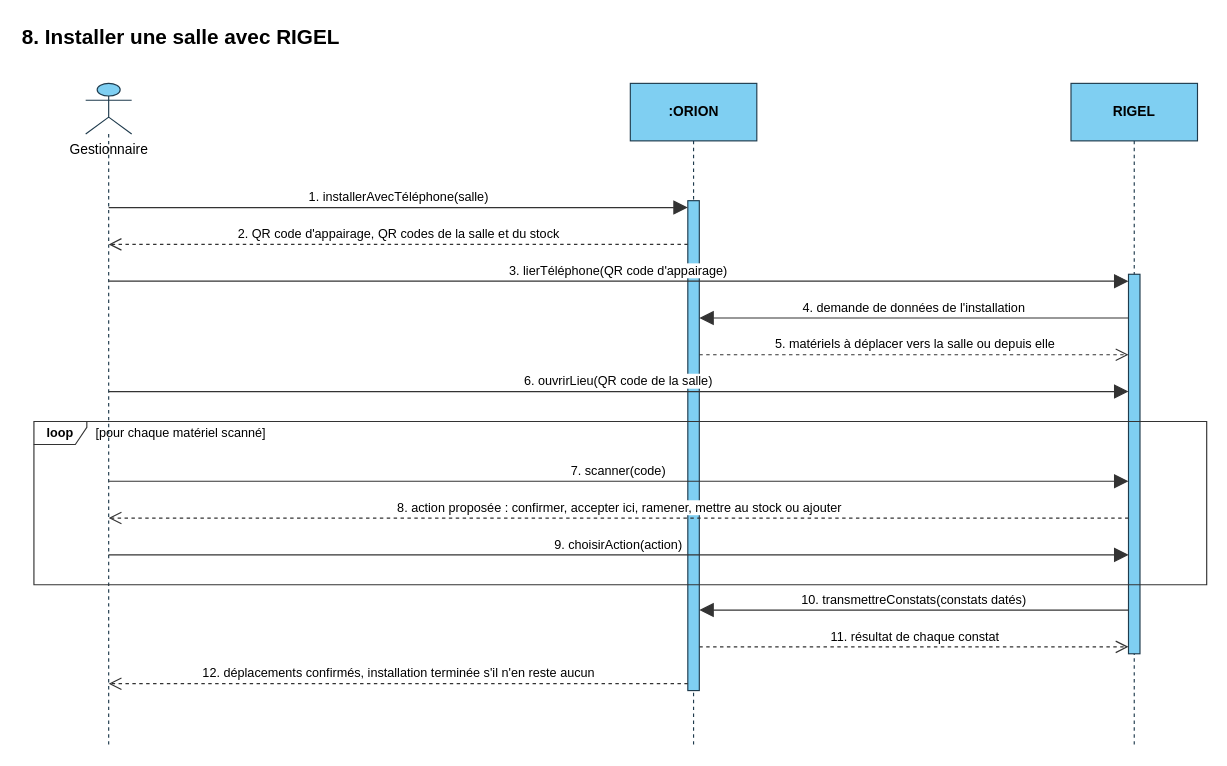
Earlier version of the draw.io diagram page "Installer une salle avec RIGEL" (8 of 9) of docs/02-ANALYSE/02-CAPTURE-DES-BESOINS/10-DIAGRAMMES-SEQUENCE-SYSTEME.drawio (bpierrelouis/aster). Source tidied: cells renumbered, new cells numbered last; positions are measured from the earlier drawing's top-left corner, leaving out a move shared by most shapes. Both pictures are drawn from the tidied source at 115%, with x=0, y=0 at pixel (20, 20).
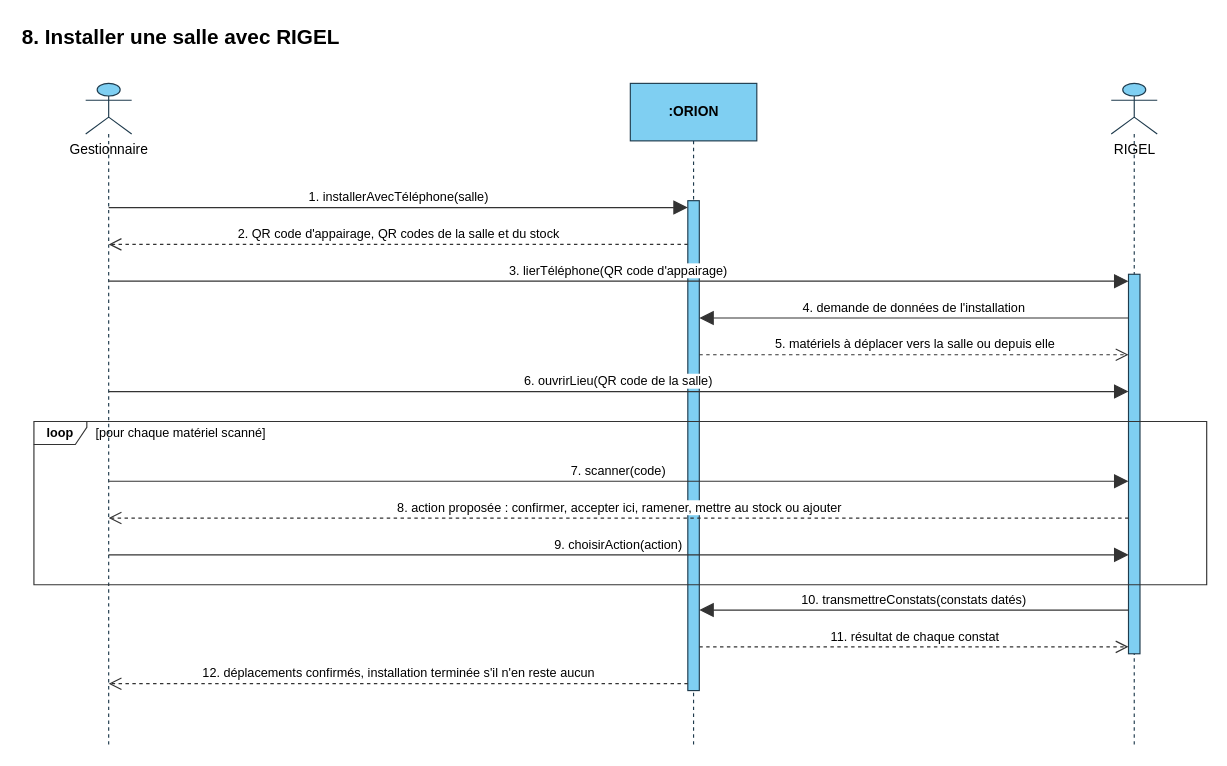
After the change.

The edit, as a diff of the source:
```diff
@@
-    <mxCell id="5" value="RIGEL" style="shape=umlLifeline;perimeter=lifelinePerimeter;whiteSpace=wrap;html=1;size=50;fontSize=12;fontStyle=1;fillColor=#7FCFF2;strokeColor=#1F3B4D;" parent="1" vertex="1">
-      <mxGeometry x="913.8" y="55" width="110" height="576" as="geometry" />
+    <mxCell id="5" value="RIGEL" style="shape=umlLifeline;participant=umlActor;perimeter=lifelinePerimeter;html=1;verticalAlign=top;spacingTop=44;whiteSpace=nowrap;fontSize=12;size=44;fillColor=#7FCFF2;strokeColor=#1F3B4D;" parent="1" vertex="1">
+      <mxGeometry x="948.8" y="55" width="40" height="576" as="geometry" />
     </mxCell>
```
